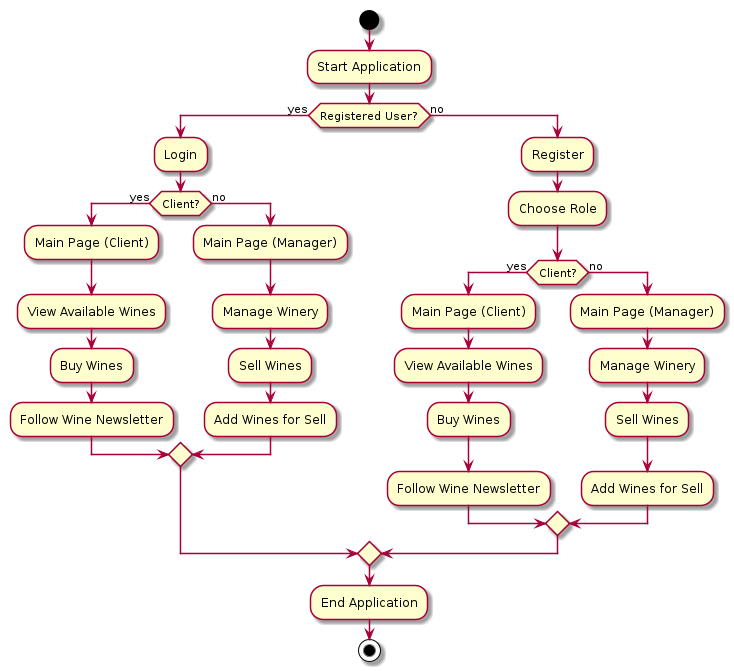
The PlantUML diagram UMLdiagram/BarrelSnap_ActivityDiagram.png in YehonatanFr/BarrelSnap, before a commit. Source of this version:
```plantuml
@startuml BarrelSnap_ActivityDiagram

start
:Start Application;
if (Registered User?) then (yes)
  :Login;
  if (Client?) then (yes)
    :Main Page (Client);
    :View Available Wines;
    :Buy Wines;
    :Follow Wine Newsletter;
  else (no)
    :Main Page (Manager);
    :Manage Winery;
    :Sell Wines;
    :Add Wines for Sell;
  endif
else (no)
  :Register;
  :Choose Role;
  if (Client?) then (yes)
    :Main Page (Client);
    :View Available Wines;
    :Buy Wines;
    :Follow Wine Newsletter;
  else (no)
    :Main Page (Manager);
    :Manage Winery;
    :Sell Wines;
    :Add Wines for Sell;
  endif
endif
:End Application;
stop

@enduml
```
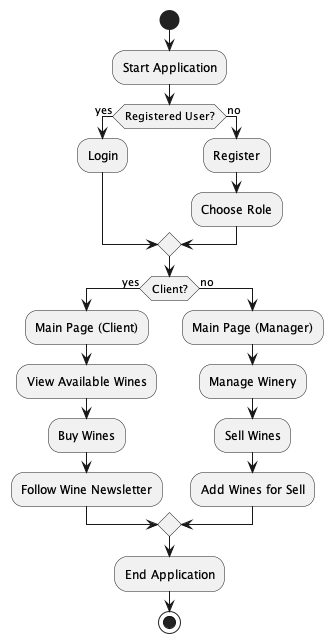
Later version of the same file.

What changed in the source:
```diff
@@ -4,32 +4,23 @@
 :Start Application;
 if (Registered User?) then (yes)
   :Login;
-  if (Client?) then (yes)
-    :Main Page (Client);
-    :View Available Wines;
-    :Buy Wines;
-    :Follow Wine Newsletter;
-  else (no)
-    :Main Page (Manager);
-    :Manage Winery;
-    :Sell Wines;
-    :Add Wines for Sell;
-  endif
 else (no)
   :Register;
   :Choose Role;
-  if (Client?) then (yes)
-    :Main Page (Client);
-    :View Available Wines;
-    :Buy Wines;
-    :Follow Wine Newsletter;
-  else (no)
-    :Main Page (Manager);
-    :Manage Winery;
-    :Sell Wines;
-    :Add Wines for Sell;
-  endif
 endif
+
+if (Client?) then (yes)
+  :Main Page (Client);
+  :View Available Wines;
+  :Buy Wines;
+  :Follow Wine Newsletter;
+else (no)
+  :Main Page (Manager);
+  :Manage Winery;
+  :Sell Wines;
+  :Add Wines for Sell;
+endif
+
 :End Application;
 stop
 
```
